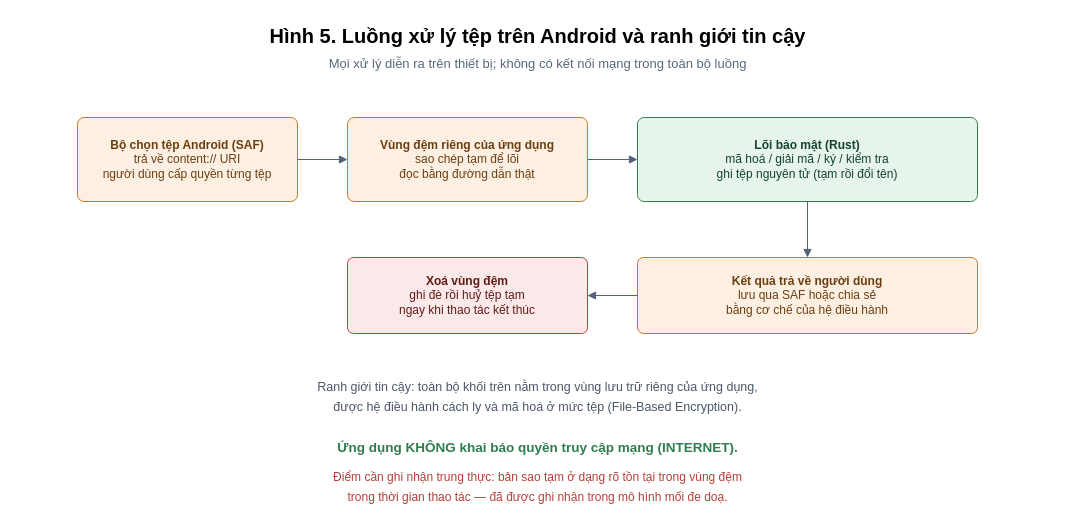
imtoiteu/secure-vault-research keeps this draw.io diagram as hoso-sang-kien/hinh-anh/drawio/H5-luong-tep-android.drawio. Above is the earlier version. Source tidied: cells renumbered, new cells numbered last; positions are measured from the earlier drawing's top-left corner, leaving out a move shared by most shapes. Both pictures are drawn from the tidied source at 100%, with x=0, y=0 at pixel (17, 17).
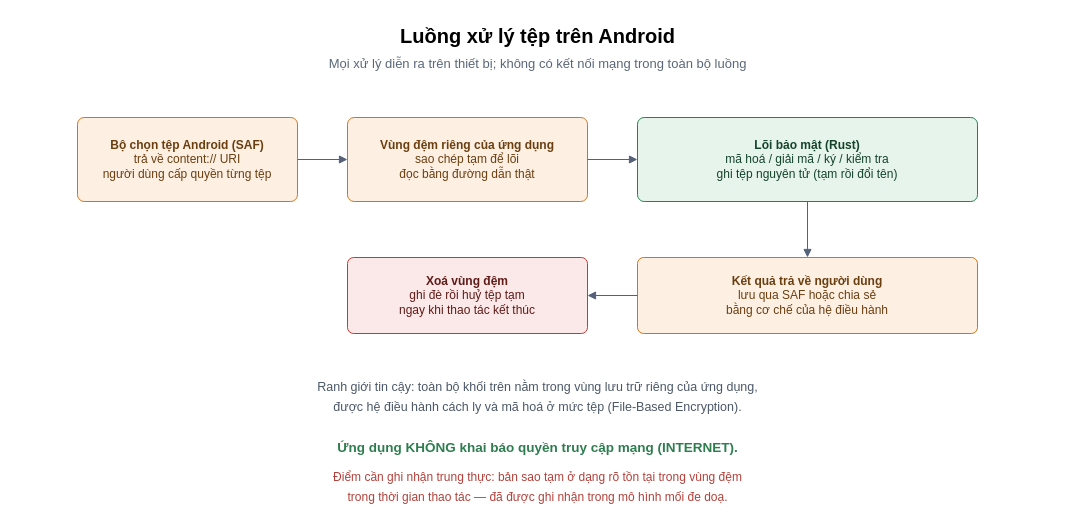
Above is the later version.

Change to the diagram source:
```diff
@@
-    <mxCell id="2" value="Hình 5. Luồng xử lý tệp trên Android và ranh giới tin cậy" style="text;html=1;fontSize=20;fontStyle=1;align=center;" parent="1" vertex="1">
+    <mxCell id="2" value="Luồng xử lý tệp trên Android" style="text;html=1;fontSize=20;fontStyle=1;align=center;" parent="1" vertex="1">
       <mxGeometry width="1040" height="30" as="geometry" />
     </mxCell>
```
